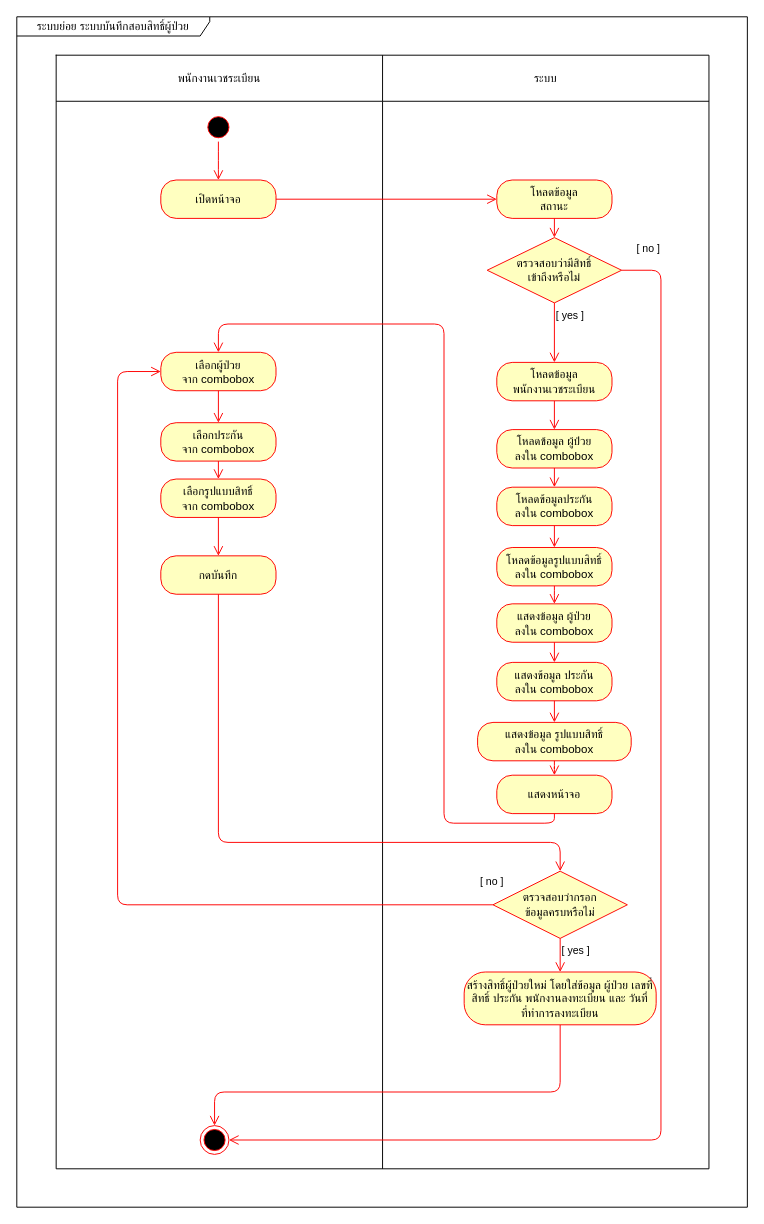
The draw.io diagram page "System Activity Diagram" (3 of 3) of draw_io/b6103866.drawio in sut63/team10, before the edit. Source tidied: cells renumbered, new cells numbered last; positions are measured from the earlier drawing's top-left corner, leaving out a move shared by most shapes. Both pictures are drawn from the tidied source at 96%, with x=0, y=0 at pixel (16, 16).
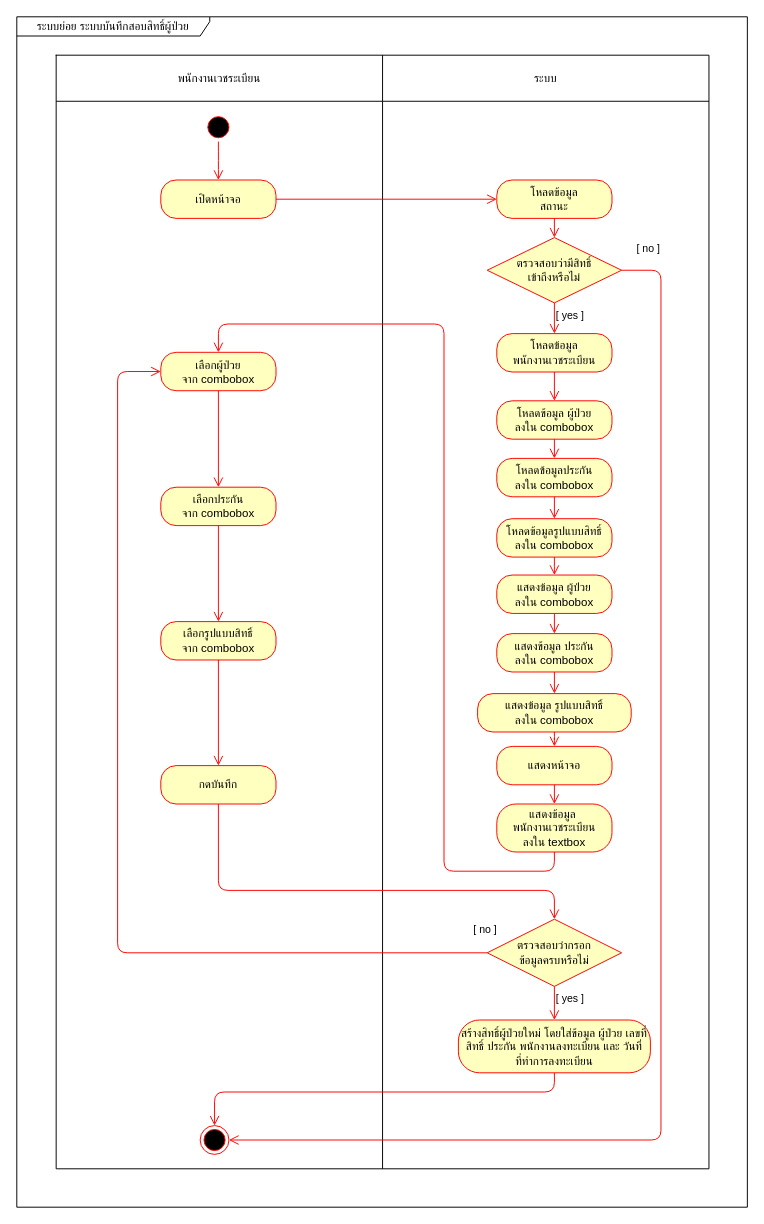
The same diagram, later.

The change refers to these unchanged cells:
```xml
<mxCell id="17" style="ellipse;html=1;shape=endState;fillColor=#000000;strokeColor=#ff0000;" parent="1" vertex="1">
  <mxGeometry x="191" y="1155" width="30" height="30" as="geometry" />
</mxCell>
<mxCell id="22" value="เลือกผู้ป่วย&lt;br&gt;จาก combobox" style="rounded=1;whiteSpace=wrap;html=1;arcSize=40;fontColor=#000000;fillColor=#ffffc0;strokeColor=#ff0000;" parent="1" vertex="1">
  <mxGeometry x="150" y="349.5" width="120" height="40" as="geometry" />
</mxCell>
```

Diff of the diagram source:
```diff
@@
     <mxCell id="12" value="โหลดข้อมูล ผู้ป่วย&lt;br&gt;ลงใน combobox" style="rounded=1;whiteSpace=wrap;html=1;arcSize=40;fontColor=#000000;fillColor=#ffffc0;strokeColor=#ff0000;" parent="1" vertex="1">
-      <mxGeometry x="500" y="430" width="120" height="40" as="geometry" />
+      <mxGeometry x="500" y="400" width="120" height="40" as="geometry" />
     </mxCell>
@@
     <mxCell id="14" value="โหลดข้อมูลประกัน&lt;br&gt;ลงใน combobox" style="rounded=1;whiteSpace=wrap;html=1;arcSize=40;fontColor=#000000;fillColor=#ffffc0;strokeColor=#ff0000;" parent="1" vertex="1">
-      <mxGeometry x="500" y="490" width="120" height="40" as="geometry" />
+      <mxGeometry x="500" y="460" width="120" height="40" as="geometry" />
     </mxCell>
@@
     <mxCell id="16" value="แสดงหน้าจอ" style="rounded=1;whiteSpace=wrap;html=1;arcSize=40;fontColor=#000000;fillColor=#ffffc0;strokeColor=#ff0000;" parent="1" vertex="1">
-      <mxGeometry x="500" y="790" width="120" height="40" as="geometry" />
+      <mxGeometry x="500" y="760" width="120" height="40" as="geometry" />
     </mxCell>
@@
     <mxCell id="20" value="กดบันทึก" style="rounded=1;whiteSpace=wrap;html=1;arcSize=40;fontColor=#000000;fillColor=#ffffc0;strokeColor=#ff0000;" parent="1" vertex="1">
-      <mxGeometry x="150" y="561.5" width="120" height="40" as="geometry" />
+      <mxGeometry x="150" y="780" width="120" height="40" as="geometry" />
     </mxCell>
@@
     <mxCell id="24" value="เลือกรูปแบบสิทธิ์&lt;br&gt;จาก combobox" style="rounded=1;whiteSpace=wrap;html=1;arcSize=40;fontColor=#000000;fillColor=#ffffc0;strokeColor=#ff0000;" parent="1" vertex="1">
-      <mxGeometry x="150" y="481.5" width="120" height="40" as="geometry" />
+      <mxGeometry x="150" y="630" width="120" height="40" as="geometry" />
     </mxCell>
@@
     <mxCell id="26" value="&lt;span&gt;เลือกประกัน&lt;/span&gt;&lt;br&gt;&lt;span&gt;จาก combobox&lt;/span&gt;" style="rounded=1;whiteSpace=wrap;html=1;arcSize=40;fontColor=#000000;fillColor=#ffffc0;strokeColor=#ff0000;" parent="1" vertex="1">
-      <mxGeometry x="150" y="422.8" width="120" height="40" as="geometry" />
+      <mxGeometry x="150" y="490" width="120" height="40" as="geometry" />
     </mxCell>
     <mxCell id="27" style="edgeStyle=orthogonalEdgeStyle;html=1;verticalAlign=bottom;endArrow=open;endSize=8;strokeColor=#ff0000;entryX=0.5;entryY=0;entryDx=0;entryDy=0;exitX=0.5;exitY=1;exitDx=0;exitDy=0;" parent="1" edge="1" source="20" target="39">
       <mxGeometry relative="1" as="geometry">
         <Array as="points">
-          <mxPoint x="210" y="860" />
-          <mxPoint x="566" y="860" />
+          <mxPoint x="210" y="910" />
+          <mxPoint x="560" y="910" />
         </Array>
       </mxGeometry>
     </mxCell>
     <mxCell id="28" style="edgeStyle=orthogonalEdgeStyle;html=1;verticalAlign=bottom;endArrow=open;endSize=8;strokeColor=#ff0000;entryX=0.5;entryY=0;entryDx=0;entryDy=0;exitX=0.5;exitY=1;exitDx=0;exitDy=0;" parent="1" edge="1" source="38" target="17">
       <mxGeometry relative="1" as="geometry">
         <Array as="points">
-          <mxPoint x="566" y="1120" />
+          <mxPoint x="560" y="1120" />
           <mxPoint x="206" y="1120" />
         </Array>
       </mxGeometry>
     </mxCell>
-    <mxCell id="29" style="edgeStyle=orthogonalEdgeStyle;html=1;verticalAlign=bottom;endArrow=open;endSize=8;strokeColor=#ff0000;exitX=0.5;exitY=1;exitDx=0;exitDy=0;entryX=0.5;entryY=0;entryDx=0;entryDy=0;" parent="1" edge="1" source="16" target="22">
+    <mxCell id="29" style="edgeStyle=orthogonalEdgeStyle;html=1;verticalAlign=bottom;endArrow=open;endSize=8;strokeColor=#ff0000;exitX=0.5;exitY=1;exitDx=0;exitDy=0;entryX=0.5;entryY=0;entryDx=0;entryDy=0;" parent="1" edge="1" source="49" target="22">
       <mxGeometry relative="1" as="geometry">
         <Array as="points">
-          <mxPoint x="560" y="840" />
-          <mxPoint x="445" y="840" />
+          <mxPoint x="560" y="890" />
+          <mxPoint x="445" y="890" />
           <mxPoint x="445" y="320" />
           <mxPoint x="210" y="320" />
         </Array>
       </mxGeometry>
     </mxCell>
     <mxCell id="30" value="โหลดข้อมูลรูปแบบสิทธิ์&lt;br&gt;ลงใน combobox" style="rounded=1;whiteSpace=wrap;html=1;arcSize=40;fontColor=#000000;fillColor=#ffffc0;strokeColor=#ff0000;" parent="1" vertex="1">
-      <mxGeometry x="500" y="552.8" width="120" height="40" as="geometry" />
+      <mxGeometry x="500" y="522.8" width="120" height="40" as="geometry" />
     </mxCell>
@@
     <mxCell id="32" value="แสดงข้อมูล ผู้ป่วย&lt;br&gt;ลงใน combobox" style="rounded=1;whiteSpace=wrap;html=1;arcSize=40;fontColor=#000000;fillColor=#ffffc0;strokeColor=#ff0000;" parent="1" vertex="1">
-      <mxGeometry x="500" y="611.5" width="120" height="40" as="geometry" />
+      <mxGeometry x="500" y="581.5" width="120" height="40" as="geometry" />
     </mxCell>
@@
     <mxCell id="34" value="แสดงข้อมูล ประกัน&lt;br&gt;ลงใน combobox" style="rounded=1;whiteSpace=wrap;html=1;arcSize=40;fontColor=#000000;fillColor=#ffffc0;strokeColor=#ff0000;" parent="1" vertex="1">
-      <mxGeometry x="500" y="672.5" width="120" height="40" as="geometry" />
+      <mxGeometry x="500" y="642.5" width="120" height="40" as="geometry" />
     </mxCell>
@@
     <mxCell id="36" value="แสดงข้อมูล รูปแบบสิทธิ์ &lt;br&gt;ลงใน combobox" style="rounded=1;whiteSpace=wrap;html=1;arcSize=40;fontColor=#000000;fillColor=#ffffc0;strokeColor=#ff0000;" parent="1" vertex="1">
-      <mxGeometry x="480" y="735" width="160" height="40" as="geometry" />
+      <mxGeometry x="480" y="705" width="160" height="40" as="geometry" />
     </mxCell>
@@
     <mxCell id="38" value="สร้างสิทธิ์ผู้ป่วยใหม่ โดยใส่ข้อมูล ผู้ป่วย เลขที่สิทธิ์ ประกัน พนักงานลงทะเบียน และ วันที่ที่ทำการลงทะเบียน" style="rounded=1;whiteSpace=wrap;html=1;arcSize=40;fontColor=#000000;fillColor=#ffffc0;strokeColor=#ff0000;" parent="1" vertex="1">
-      <mxGeometry x="466" y="995" width="200" height="55" as="geometry" />
+      <mxGeometry x="460" y="1045" width="200" height="55" as="geometry" />
     </mxCell>
     <mxCell id="39" value="ตรวจสอบว่ากรอก&lt;br&gt;ข้อมูลครบหรือไม่" style="rhombus;whiteSpace=wrap;html=1;fillColor=#ffffc0;strokeColor=#ff0000;" parent="1" vertex="1">
-      <mxGeometry x="496" y="890" width="140" height="70" as="geometry" />
+      <mxGeometry x="490" y="940" width="140" height="70" as="geometry" />
     </mxCell>
     <mxCell id="40" value="[ no ]" style="edgeStyle=orthogonalEdgeStyle;html=1;align=left;verticalAlign=bottom;endArrow=open;endSize=8;strokeColor=#ff0000;entryX=0;entryY=0.5;entryDx=0;entryDy=0;exitX=0;exitY=0.5;exitDx=0;exitDy=0;" parent="1" edge="1" source="39" target="22">
       <mxGeometry x="-0.97" y="-15" relative="1" as="geometry">
         <Array as="points">
-          <mxPoint x="105" y="925" />
+          <mxPoint x="105" y="975" />
           <mxPoint x="105" y="370" />
         </Array>
       </mxGeometry>
     </mxCell>
@@
     <mxCell id="47" value="โหลดข้อมูล&lt;br&gt;&lt;span&gt;พนักงานเวชระเบียน&lt;/span&gt;" style="rounded=1;whiteSpace=wrap;html=1;arcSize=40;fontColor=#000000;fillColor=#ffffc0;strokeColor=#ff0000;" parent="1" vertex="1">
-      <mxGeometry x="500" y="360" width="120" height="40" as="geometry" />
+      <mxGeometry x="500" y="330" width="120" height="40" as="geometry" />
     </mxCell>
@@
+    <mxCell id="49" value="แสดงข้อมูล&amp;nbsp;&lt;br&gt;พนักงานเวชระเบียน&lt;br&gt;ลงใน textbox" style="rounded=1;whiteSpace=wrap;html=1;arcSize=40;fontColor=#000000;fillColor=#ffffc0;strokeColor=#ff0000;" parent="1" vertex="1">
+      <mxGeometry x="500" y="820" width="120" height="50" as="geometry" />
+    </mxCell>
+    <mxCell id="50" style="edgeStyle=orthogonalEdgeStyle;html=1;verticalAlign=bottom;endArrow=open;endSize=8;strokeColor=#ff0000;exitX=0.5;exitY=1;exitDx=0;exitDy=0;" parent="1" edge="1" source="16" target="49">
+      <mxGeometry relative="1" as="geometry" />
+    </mxCell>
```
